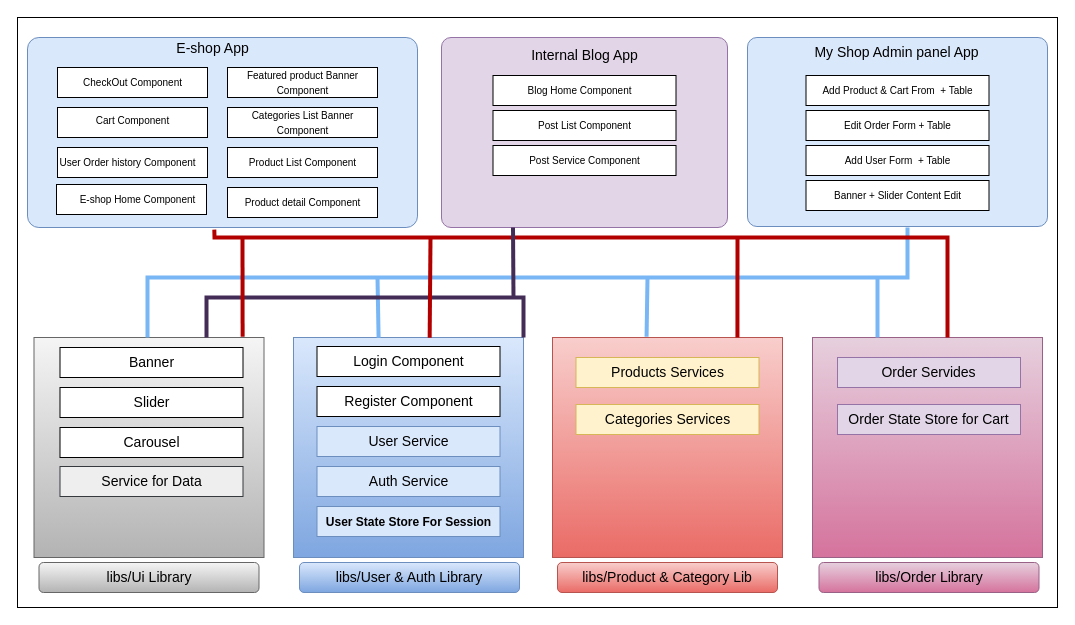
The draw.io diagram page "Page-2" (2 of 3) of yellowsign/yellow_sign.drawio in Binayak3666/My_Application_Drawing_Architect, before the edit. Source tidied: cells renumbered, new cells numbered last; positions are measured from the earlier drawing's top-left corner, leaving out a move shared by most shapes. Both pictures are drawn from the tidied source at 100%, with x=0, y=0 at pixel (17, 17).
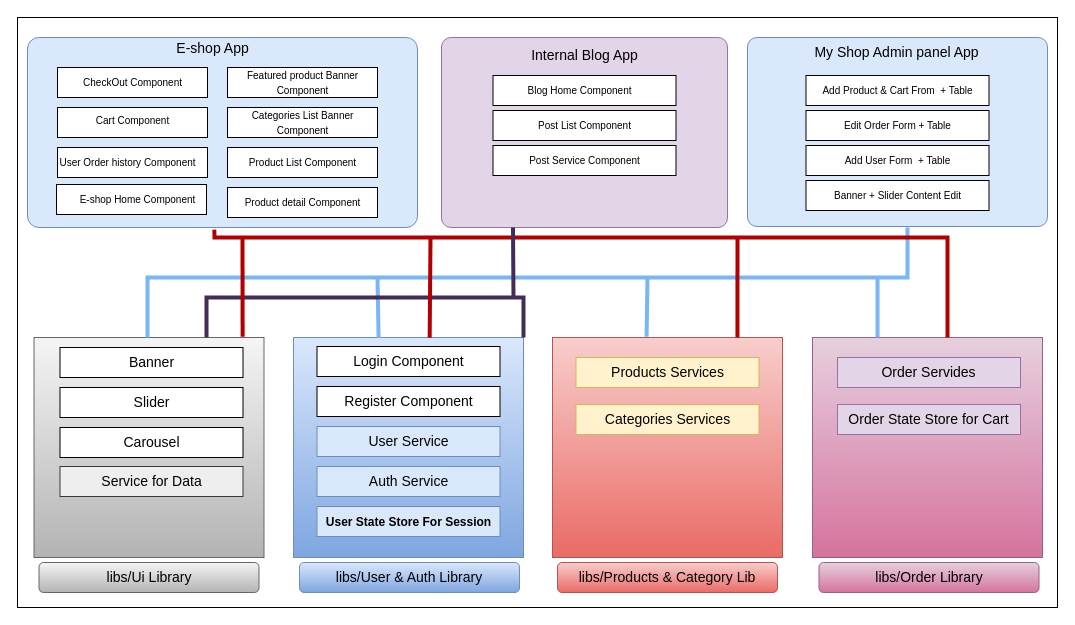
The same diagram, later.

What changed in the source:
```diff
@@
-    <mxCell id="49" value="&lt;span style=&quot;font-size: 14px;&quot;&gt;libs/&lt;/span&gt;&lt;span style=&quot;font-size: 14px;&quot;&gt;Product &amp;amp; Category Lib&lt;/span&gt;" style="rounded=1;whiteSpace=wrap;html=1;shadow=0;fontSize=10;fillColor=#f8cecc;gradientColor=#ea6b66;strokeColor=#b85450;" parent="1" vertex="1">
+    <mxCell id="49" value="&lt;span style=&quot;font-size: 14px;&quot;&gt;libs/&lt;/span&gt;&lt;span style=&quot;font-size: 14px;&quot;&gt;Products &amp;amp; Category Lib&lt;/span&gt;" style="rounded=1;whiteSpace=wrap;html=1;shadow=0;fontSize=10;fillColor=#f8cecc;gradientColor=#ea6b66;strokeColor=#b85450;" parent="1" vertex="1">
       <mxGeometry x="540" y="545" width="220" height="30" as="geometry" />
     </mxCell>
```
